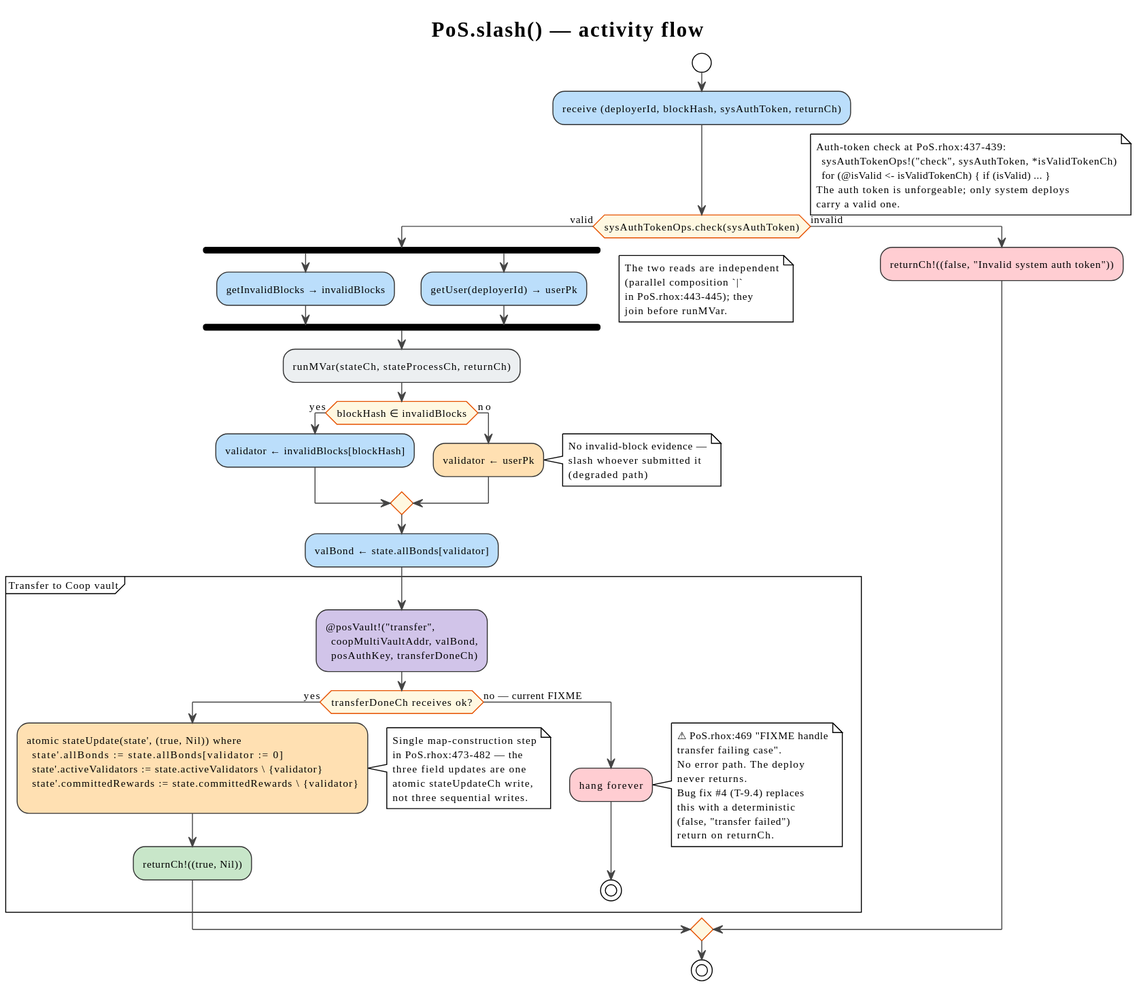
F1R3FLY-io/f1r3node-rust keeps this PlantUML diagram as docs/theory/slashing/diagrams/07-activity-pos-slash-contract.svg. Above is the earlier version.
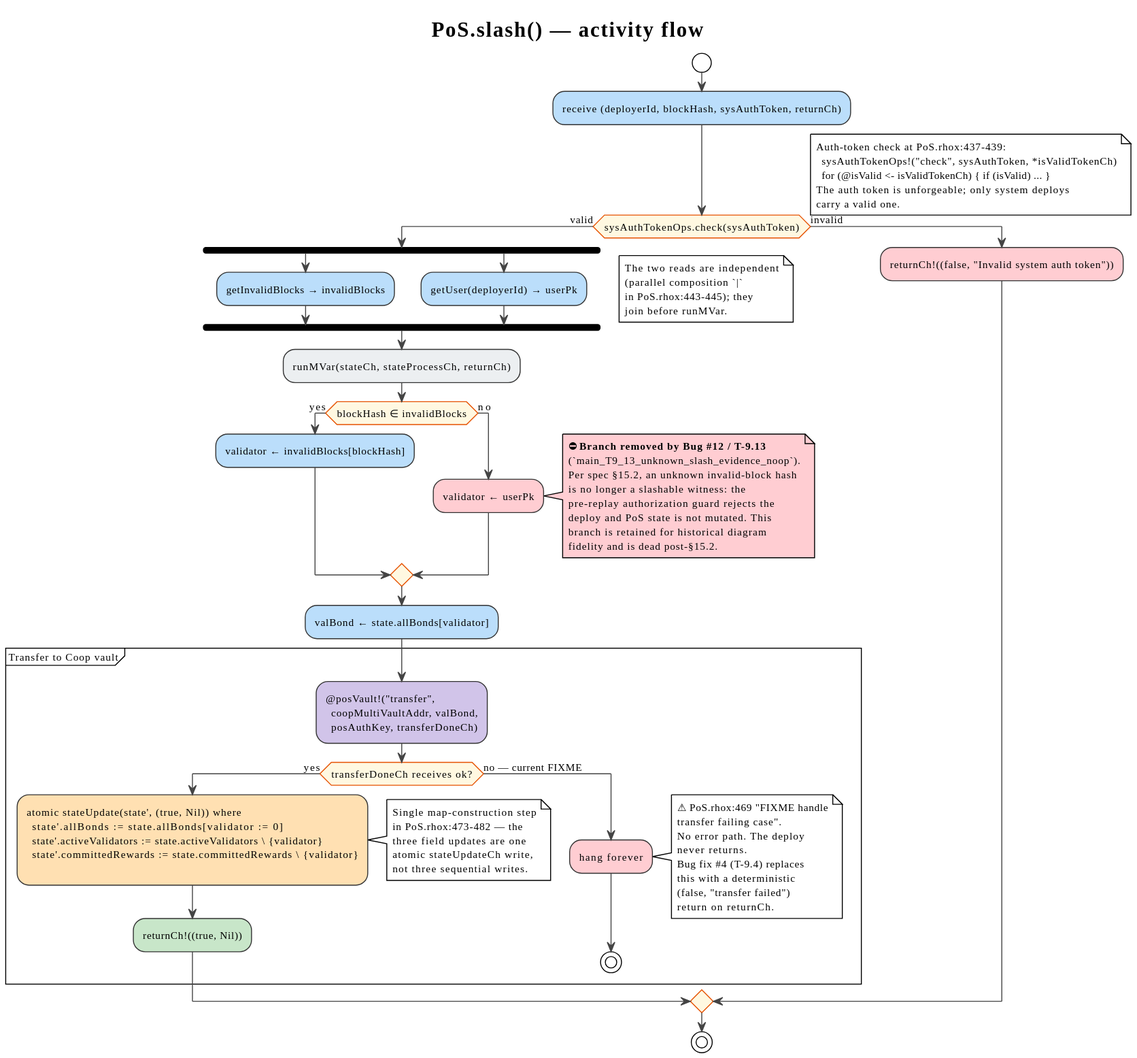
The same file after the commit.

The edit, as a diff of the source:
```diff
@@ -40,11 +40,16 @@
   if (blockHash ∈ invalidBlocks) then (yes)
     :validator ← invalidBlocks[blockHash]; <<#BBDEFB>>
   else (no)
-    :validator ← userPk; <<#FFE0B2>>
-    note right
-      No invalid-block evidence —
-      slash whoever submitted it
-      (degraded path)
+    :validator ← userPk; <<#FFCDD2>>
+    note right #FFCDD2
+      ⛔ **Branch removed by Bug #12 / T-9.13**
+      (`main_T9_13_unknown_slash_evidence_noop`).
+      Per spec §15.2, an unknown invalid-block hash
+      is no longer a slashable witness: the
+      pre-replay authorization guard rejects the
+      deploy and PoS state is not mutated. This
+      branch is retained for historical diagram
+      fidelity and is dead post-§15.2.
     end note
   endif
 
```
